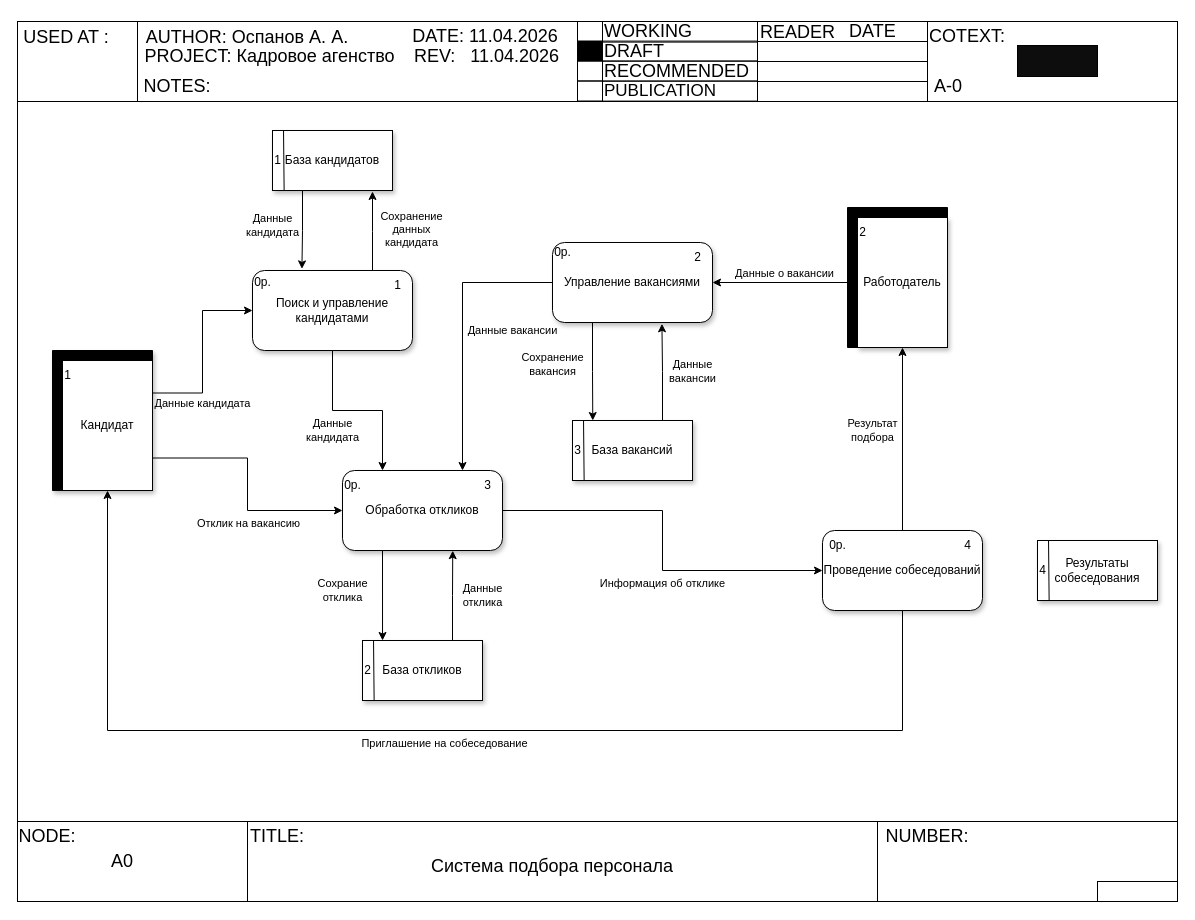
Above: page "DFD Level 1" (2 of 2) of DFD.drawio in Regdal-cyber/Coursework (draw.io), before the change. Source tidied: cells renumbered, new cells numbered last; positions are measured from the earlier drawing's top-left corner, leaving out a move shared by most shapes. Both pictures are drawn from the tidied source at 100%, with x=0, y=0 at pixel (17, 16).
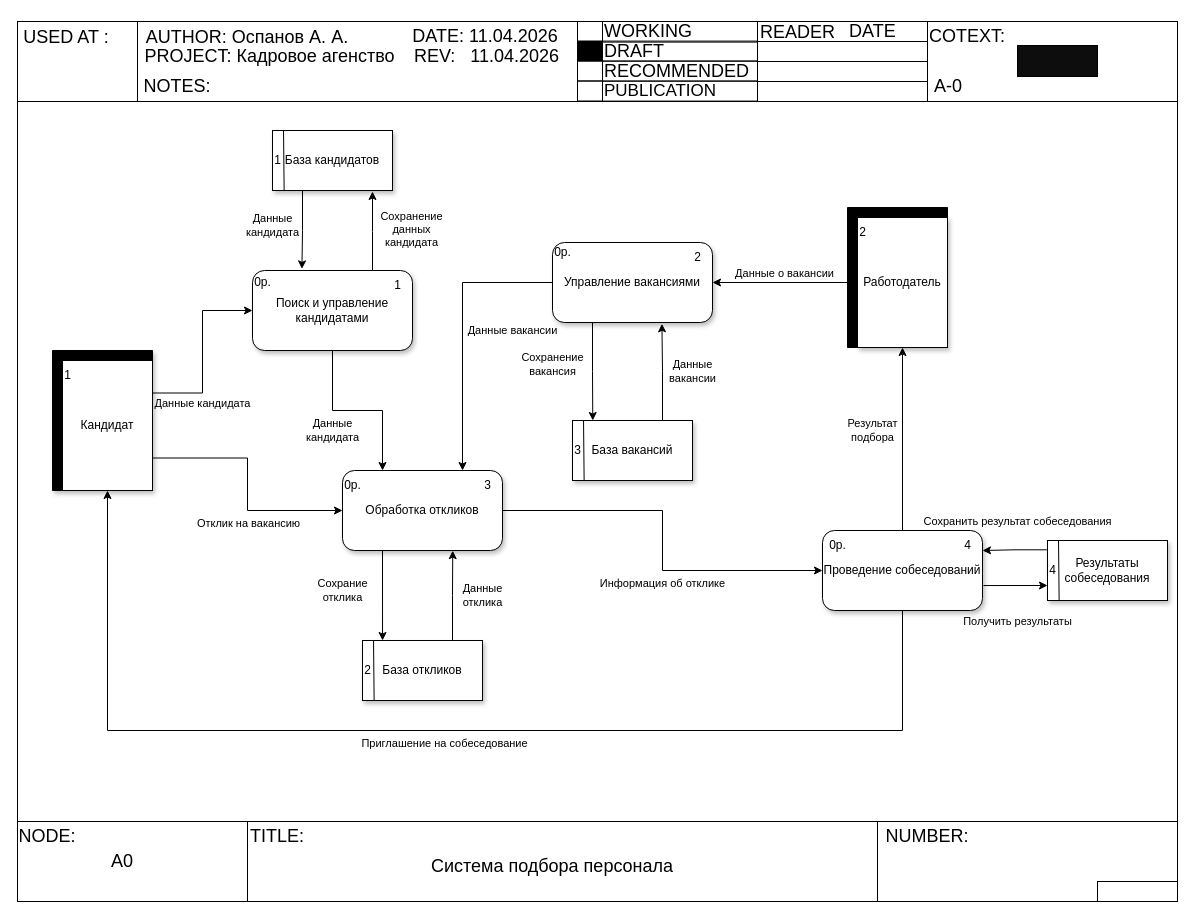
The same diagram, later.

Unchanged cells that the change refers to:
```xml
<mxCell id="8" value="Проведение собеседований" style="rounded=1;whiteSpace=wrap;html=1;textShadow=0;shadow=1;" parent="1" vertex="1">
  <mxGeometry x="805" y="514" width="160" height="80" as="geometry" />
</mxCell>
```

Diff of the diagram source:
```diff
@@
     <mxCell id="73" value="Результаты собеседования" style="rounded=0;whiteSpace=wrap;html=1;strokeColor=default;shadow=1;" parent="1" vertex="1">
-      <mxGeometry x="1020" y="524" width="120" height="60" as="geometry" />
+      <mxGeometry x="1030" y="524" width="120" height="60" as="geometry" />
     </mxCell>
@@
     <mxCell id="75" value="4" style="text;html=1;align=center;verticalAlign=middle;strokeColor=none;fillColor=none;" parent="1" vertex="1">
-      <mxGeometry x="1010" y="539" width="30" height="30" as="geometry" />
+      <mxGeometry x="1020" y="539" width="30" height="30" as="geometry" />
     </mxCell>
@@
+    <mxCell id="86" value="Сохранить результат собеседования" style="edgeStyle=orthogonalEdgeStyle;rounded=0;jettySize=auto;html=1;entryX=1;entryY=0.25;entryDx=0;entryDy=0;labelBackgroundColor=none;verticalAlign=bottom;exitX=-0.006;exitY=0.155;exitDx=0;exitDy=0;exitPerimeter=0;" parent="1" edge="1" source="73" target="8">
+      <mxGeometry x="-0.1" y="-19" relative="1" as="geometry" />
+    </mxCell>
+    <mxCell id="87" value="Получить результаты" style="edgeStyle=orthogonalEdgeStyle;rounded=0;jettySize=auto;html=1;entryX=0;entryY=0.75;entryDx=0;entryDy=0;labelBackgroundColor=none;verticalAlign=bottom;exitX=1.006;exitY=0.688;exitDx=0;exitDy=0;exitPerimeter=0;" parent="1" edge="1" source="8" target="73">
+      <mxGeometry x="0.06" y="-45" relative="1" as="geometry" />
+    </mxCell>
```
